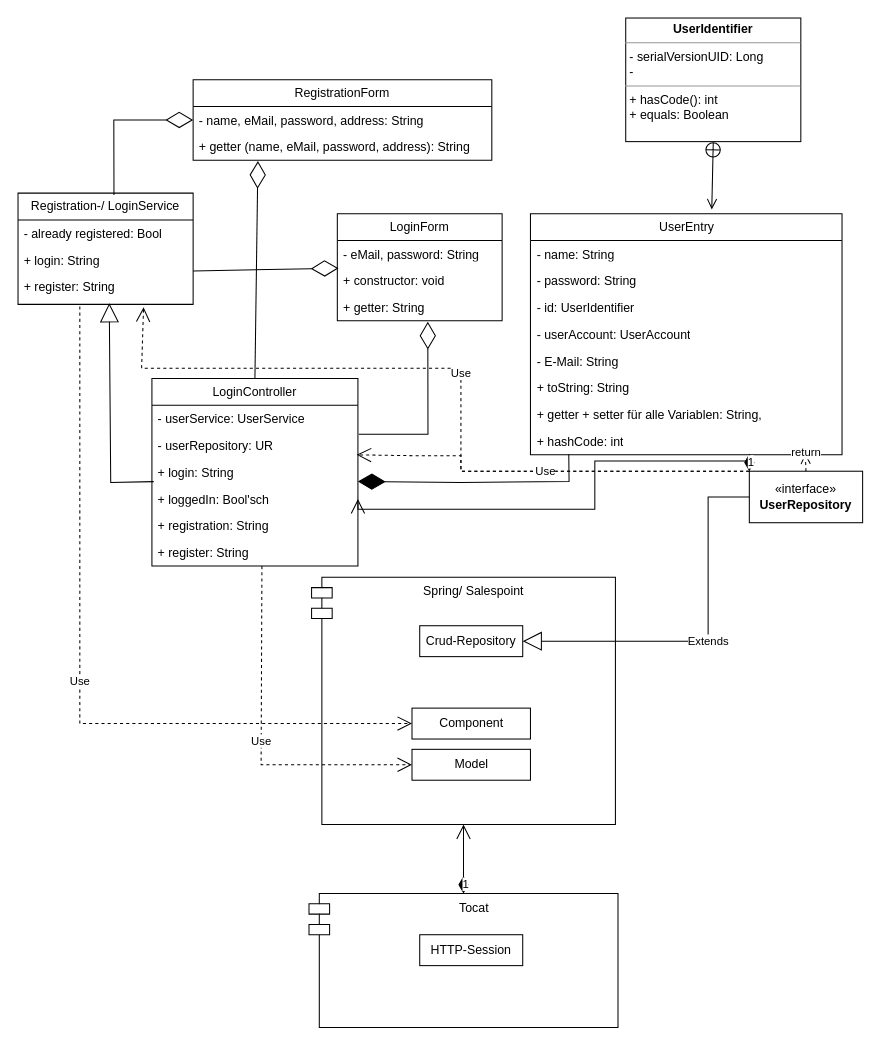
Above: src/main/asciidoc/models/design/LoginSystem/registration-flow.drawio in Leonard0108/Anwendungsprogrammierung (draw.io), before the change. Source tidied: cells renumbered, new cells numbered last; positions are measured from the earlier drawing's top-left corner, leaving out a move shared by most shapes. Both pictures are drawn from the tidied source at 103%, with x=0, y=0 at pixel (18, 18).
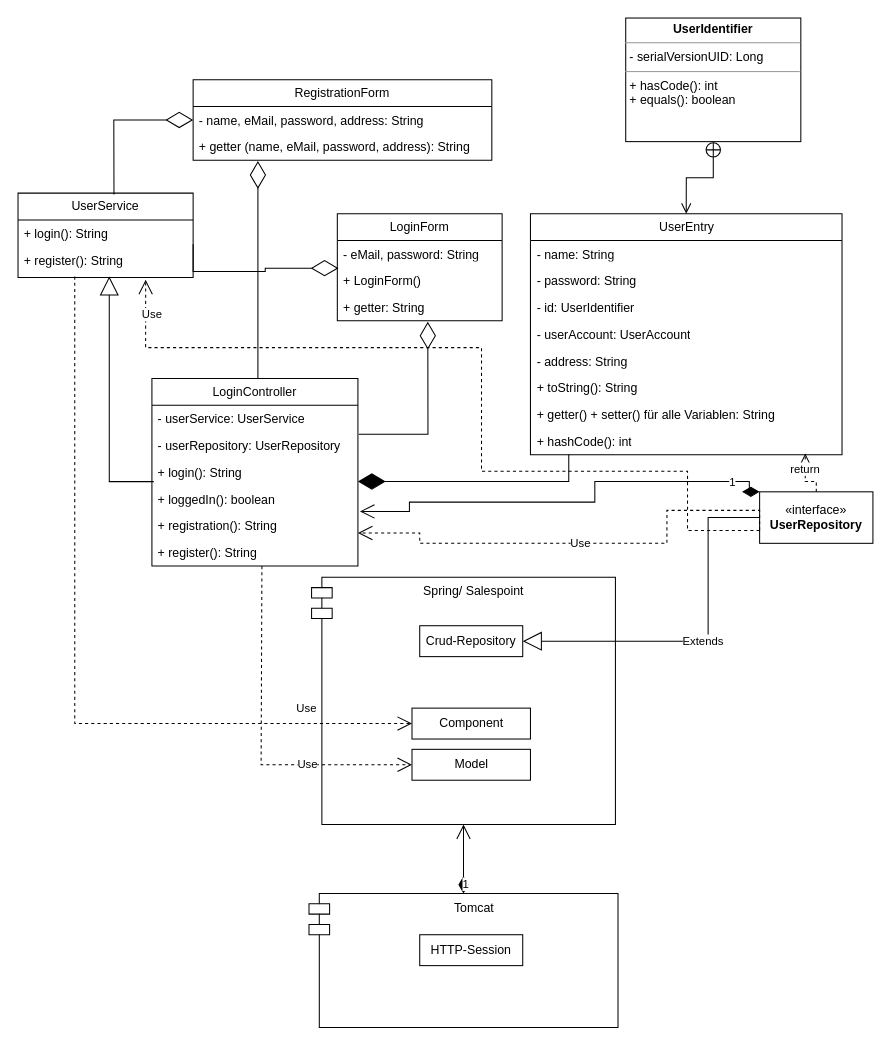
The same diagram, later.

The change refers to these unchanged cells:
```xml
<mxCell id="3" value="Crud-Repository" style="html=1;whiteSpace=wrap;" parent="1" vertex="1">
  <mxGeometry x="390" y="590" width="100" height="30" as="geometry" />
</mxCell>
<mxCell id="7" value="Component" style="html=1;whiteSpace=wrap;" parent="1" vertex="1">
  <mxGeometry x="382.5" y="670" width="115" height="30" as="geometry" />
</mxCell>
<mxCell id="8" value="Model" style="html=1;whiteSpace=wrap;" parent="1" vertex="1">
  <mxGeometry x="382.5" y="710" width="115" height="30" as="geometry" />
</mxCell>
<mxCell id="11" value="LoginController" style="swimlane;fontStyle=0;horizontal=1;startSize=26;fillColor=none;whiteSpace=wrap;html=1;" parent="1" vertex="1">
  <mxGeometry x="130" y="350" width="200" height="182" as="geometry" />
</mxCell>
<mxCell id="18" value="UserEntry" style="swimlane;fontStyle=0;horizontal=1;startSize=26;fillColor=none;whiteSpace=wrap;html=1;" parent="1" vertex="1">
  <mxGeometry x="497.5" y="190" width="302.5" height="234" as="geometry" />
</mxCell>
<mxCell id="38" value="LoginForm" style="swimlane;fontStyle=0;horizontal=1;startSize=26;fillColor=none;whiteSpace=wrap;html=1;" parent="1" vertex="1">
  <mxGeometry x="310" y="190" width="160" height="104" as="geometry" />
</mxCell>
```

The edit, as a diff of the source:
```diff
@@
-    <mxCell id="4" value="Tocat" style="shape=module;align=left;spacingLeft=20;align=center;verticalAlign=top;whiteSpace=wrap;html=1;" parent="1" vertex="1">
+    <mxCell id="4" value="Tomcat" style="shape=module;align=left;spacingLeft=20;align=center;verticalAlign=top;whiteSpace=wrap;html=1;" parent="1" vertex="1">
       <mxGeometry x="282.5" y="850" width="300" height="130" as="geometry" />
     </mxCell>
@@
     <mxCell id="9" value="«interface»&lt;br&gt;&lt;b&gt;UserRepository&lt;/b&gt;" style="html=1;whiteSpace=wrap;" parent="1" vertex="1">
-      <mxGeometry x="710" y="440" width="110" height="50" as="geometry" />
+      <mxGeometry x="720" y="460" width="110" height="50" as="geometry" />
     </mxCell>
     <mxCell id="10" value="Extends" style="endArrow=block;endSize=16;endFill=0;html=1;rounded=0;exitX=0;exitY=0.5;exitDx=0;exitDy=0;entryX=1;entryY=0.5;entryDx=0;entryDy=0;" parent="1" edge="1" source="9" target="3">
       <mxGeometry relative="1" as="geometry">
         <Array as="points">
-          <mxPoint x="670" y="465" />
+          <mxPoint x="670" y="485" />
           <mxPoint x="670" y="605" />
         </Array>
       </mxGeometry>
     </mxCell>
@@
-    <mxCell id="13" value="- userRepository: UR" style="text;strokeColor=none;fillColor=none;align=left;verticalAlign=top;spacingLeft=4;spacingRight=4;overflow=hidden;points=[[0,0.5],[1,0.5]];portConstraint=eastwest;whiteSpace=wrap;html=1;" parent="11" vertex="1">
+    <mxCell id="13" value="- userRepository: UserRepository" style="text;strokeColor=none;fillColor=none;align=left;verticalAlign=top;spacingLeft=4;spacingRight=4;overflow=hidden;points=[[0,0.5],[1,0.5]];portConstraint=eastwest;whiteSpace=wrap;html=1;" parent="11" vertex="1">
       <mxGeometry y="52" width="200" height="26" as="geometry" />
     </mxCell>
-    <mxCell id="14" value="+ login: String" style="text;strokeColor=none;fillColor=none;align=left;verticalAlign=top;spacingLeft=4;spacingRight=4;overflow=hidden;points=[[0,0.5],[1,0.5]];portConstraint=eastwest;whiteSpace=wrap;html=1;" parent="11" vertex="1">
+    <mxCell id="14" value="+ login(): String" style="text;strokeColor=none;fillColor=none;align=left;verticalAlign=top;spacingLeft=4;spacingRight=4;overflow=hidden;points=[[0,0.5],[1,0.5]];portConstraint=eastwest;whiteSpace=wrap;html=1;" parent="11" vertex="1">
       <mxGeometry y="78" width="200" height="26" as="geometry" />
     </mxCell>
-    <mxCell id="15" value="+ loggedIn: Bool'sch" style="text;strokeColor=none;fillColor=none;align=left;verticalAlign=top;spacingLeft=4;spacingRight=4;overflow=hidden;points=[[0,0.5],[1,0.5]];portConstraint=eastwest;whiteSpace=wrap;html=1;" parent="11" vertex="1">
+    <mxCell id="15" value="+ loggedIn(): boolean" style="text;strokeColor=none;fillColor=none;align=left;verticalAlign=top;spacingLeft=4;spacingRight=4;overflow=hidden;points=[[0,0.5],[1,0.5]];portConstraint=eastwest;whiteSpace=wrap;html=1;" parent="11" vertex="1">
       <mxGeometry y="104" width="200" height="26" as="geometry" />
     </mxCell>
-    <mxCell id="16" value="+ registration: String" style="text;strokeColor=none;fillColor=none;align=left;verticalAlign=top;spacingLeft=4;spacingRight=4;overflow=hidden;points=[[0,0.5],[1,0.5]];portConstraint=eastwest;whiteSpace=wrap;html=1;" parent="11" vertex="1">
+    <mxCell id="16" value="+ registration(): String" style="text;strokeColor=none;fillColor=none;align=left;verticalAlign=top;spacingLeft=4;spacingRight=4;overflow=hidden;points=[[0,0.5],[1,0.5]];portConstraint=eastwest;whiteSpace=wrap;html=1;" parent="11" vertex="1">
       <mxGeometry y="130" width="200" height="26" as="geometry" />
     </mxCell>
-    <mxCell id="17" value="+ register: String" style="text;strokeColor=none;fillColor=none;align=left;verticalAlign=top;spacingLeft=4;spacingRight=4;overflow=hidden;points=[[0,0.5],[1,0.5]];portConstraint=eastwest;whiteSpace=wrap;html=1;" parent="11" vertex="1">
+    <mxCell id="17" value="+ register(): String" style="text;strokeColor=none;fillColor=none;align=left;verticalAlign=top;spacingLeft=4;spacingRight=4;overflow=hidden;points=[[0,0.5],[1,0.5]];portConstraint=eastwest;whiteSpace=wrap;html=1;" parent="11" vertex="1">
       <mxGeometry y="156" width="200" height="26" as="geometry" />
     </mxCell>
@@
-    <mxCell id="23" value="- E-Mail: String" style="text;strokeColor=none;fillColor=none;align=left;verticalAlign=top;spacingLeft=4;spacingRight=4;overflow=hidden;whiteSpace=wrap;html=1;" parent="18" vertex="1">
+    <mxCell id="23" value="- address: String" style="text;strokeColor=none;fillColor=none;align=left;verticalAlign=top;spacingLeft=4;spacingRight=4;overflow=hidden;whiteSpace=wrap;html=1;" parent="18" vertex="1">
       <mxGeometry y="130" width="302.5" height="26" as="geometry" />
     </mxCell>
-    <mxCell id="24" value="+ toString: String" style="text;strokeColor=none;fillColor=none;align=left;verticalAlign=top;spacingLeft=4;spacingRight=4;overflow=hidden;whiteSpace=wrap;html=1;" parent="18" vertex="1">
+    <mxCell id="24" value="+ toString(): String" style="text;strokeColor=none;fillColor=none;align=left;verticalAlign=top;spacingLeft=4;spacingRight=4;overflow=hidden;whiteSpace=wrap;html=1;" parent="18" vertex="1">
       <mxGeometry y="156" width="302.5" height="26" as="geometry" />
     </mxCell>
-    <mxCell id="25" value="+ getter + setter für alle Variablen: String," style="text;strokeColor=none;fillColor=none;align=left;verticalAlign=top;spacingLeft=4;spacingRight=4;overflow=hidden;whiteSpace=wrap;html=1;" parent="18" vertex="1">
+    <mxCell id="25" value="+ getter() + setter() für alle Variablen: String" style="text;strokeColor=none;fillColor=none;align=left;verticalAlign=top;spacingLeft=4;spacingRight=4;overflow=hidden;whiteSpace=wrap;html=1;" parent="18" vertex="1">
       <mxGeometry y="182" width="302.5" height="26" as="geometry" />
     </mxCell>
-    <mxCell id="26" value="+ hashCode: int" style="text;strokeColor=none;fillColor=none;align=left;verticalAlign=top;spacingLeft=4;spacingRight=4;overflow=hidden;points=[[0,0.5],[1,0.5]];portConstraint=eastwest;whiteSpace=wrap;html=1;" parent="18" vertex="1">
+    <mxCell id="26" value="+ hashCode(): int" style="text;strokeColor=none;fillColor=none;align=left;verticalAlign=top;spacingLeft=4;spacingRight=4;overflow=hidden;points=[[0,0.5],[1,0.5]];portConstraint=eastwest;whiteSpace=wrap;html=1;" parent="18" vertex="1">
       <mxGeometry y="208" width="302.5" height="26" as="geometry" />
     </mxCell>
-    <mxCell id="27" style="endArrow=diamondThin;endFill=1;endSize=24;html=1;rounded=0;exitX=0.123;exitY=0.991;exitDx=0;exitDy=0;exitPerimeter=0;" parent="1" edge="1" source="26">
+    <mxCell id="27" style="endArrow=diamondThin;endFill=1;endSize=24;html=1;rounded=0;exitX=0.123;exitY=0.991;exitDx=0;exitDy=0;exitPerimeter=0;edgeStyle=orthogonalEdgeStyle;" parent="1" edge="1" source="26">
       <mxGeometry relative="1" as="geometry">
         <mxPoint x="330" y="450" as="targetPoint" />
         <Array as="points">
           <mxPoint x="535" y="450" />
-          <mxPoint x="430" y="451" />
         </Array>
       </mxGeometry>
     </mxCell>
-    <mxCell id="28" style="endArrow=block;endSize=16;endFill=0;html=1;rounded=0;entryX=0.521;entryY=0.962;entryDx=0;entryDy=0;exitX=0.009;exitY=0.85;exitDx=0;exitDy=0;entryPerimeter=0;exitPerimeter=0;" parent="1" edge="1" source="14" target="32">
+    <mxCell id="28" style="endArrow=block;endSize=16;endFill=0;html=1;rounded=0;entryX=0.521;entryY=0.962;entryDx=0;entryDy=0;exitX=0.009;exitY=0.85;exitDx=0;exitDy=0;entryPerimeter=0;exitPerimeter=0;edgeStyle=orthogonalEdgeStyle;" parent="1" edge="1" source="14" target="32">
       <mxGeometry relative="1" as="geometry">
         <Array as="points">
-          <mxPoint x="90" y="451" />
+          <mxPoint x="89" y="450" />
         </Array>
       </mxGeometry>
     </mxCell>
-    <mxCell id="29" value="Registration-/ LoginService" style="swimlane;fontStyle=0;horizontal=1;startSize=26;fillColor=none;whiteSpace=wrap;html=1;" parent="1" vertex="1">
-      <mxGeometry y="170" width="170" height="108" as="geometry" />
+    <mxCell id="29" value="UserService" style="swimlane;fontStyle=0;horizontal=1;startSize=26;fillColor=none;whiteSpace=wrap;html=1;" parent="1" vertex="1">
+      <mxGeometry y="170" width="170" height="82" as="geometry" />
     </mxCell>
-    <mxCell id="30" value="- already registered: Bool" style="text;strokeColor=none;fillColor=none;align=left;verticalAlign=top;spacingLeft=4;spacingRight=4;overflow=hidden;whiteSpace=wrap;html=1;" parent="29" vertex="1">
-      <mxGeometry y="26" width="170" height="26" as="geometry" />
-    </mxCell>
-    <mxCell id="31" value="+ login: String" style="text;strokeColor=none;fillColor=none;align=left;verticalAlign=top;spacingLeft=4;spacingRight=4;overflow=hidden;whiteSpace=wrap;html=1;" parent="29" vertex="1">
-      <mxGeometry y="52" width="170" height="26" as="geometry" />
+    <mxCell id="31" value="+ login(): String" style="text;strokeColor=none;fillColor=none;align=left;verticalAlign=top;spacingLeft=4;spacingRight=4;overflow=hidden;whiteSpace=wrap;html=1;" parent="29" vertex="1">
+      <mxGeometry y="26" width="170" height="26" as="geometry" />
     </mxCell>
-    <mxCell id="32" value="+ register: String" style="text;strokeColor=none;fillColor=none;align=left;verticalAlign=top;spacingLeft=4;spacingRight=4;overflow=hidden;points=[[0,0.5],[1,0.5]];portConstraint=eastwest;whiteSpace=wrap;html=1;" parent="29" vertex="1">
-      <mxGeometry y="78" width="170" height="30" as="geometry" />
+    <mxCell id="32" value="+ register(): String" style="text;strokeColor=none;fillColor=none;align=left;verticalAlign=top;spacingLeft=4;spacingRight=4;overflow=hidden;points=[[0,0.5],[1,0.5]];portConstraint=eastwest;whiteSpace=wrap;html=1;" parent="29" vertex="1">
+      <mxGeometry y="52" width="170" height="30" as="geometry" />
     </mxCell>
     <mxCell id="33" value="Use" style="endArrow=open;endSize=12;dashed=1;html=1;rounded=0;exitX=0.534;exitY=1.004;exitDx=0;exitDy=0;exitPerimeter=0;entryX=0;entryY=0.5;entryDx=0;entryDy=0;" parent="1" edge="1" source="17" target="8">
-      <mxGeometry relative="1" as="geometry">
+      <mxGeometry x="0.4" relative="1" as="geometry">
         <Array as="points">
           <mxPoint x="236" y="725" />
         </Array>
       </mxGeometry>
     </mxCell>
-    <mxCell id="34" value="Use" style="endArrow=open;endSize=12;dashed=1;html=1;rounded=0;entryX=0;entryY=0.5;entryDx=0;entryDy=0;" parent="1" edge="1" target="7">
-      <mxGeometry relative="1" as="geometry">
-        <mxPoint x="60" y="280" as="sourcePoint" />
-        <Array as="points">
-          <mxPoint x="60" y="685" />
-        </Array>
-      </mxGeometry>
+    <mxCell id="34" value="Use" style="endArrow=open;endSize=12;dashed=1;html=1;rounded=0;entryX=0;entryY=0.5;entryDx=0;entryDy=0;exitX=0.324;exitY=0.967;exitDx=0;exitDy=0;exitPerimeter=0;edgeStyle=orthogonalEdgeStyle;" parent="1" edge="1" source="32" target="7">
+      <mxGeometry x="0.73" y="15" relative="1" as="geometry" />
     </mxCell>
@@
-    <mxCell id="40" value="+ constructor: void" style="text;strokeColor=none;fillColor=none;align=left;verticalAlign=top;spacingLeft=4;spacingRight=4;overflow=hidden;points=[[0,0.5],[1,0.5]];portConstraint=eastwest;whiteSpace=wrap;html=1;" parent="38" vertex="1">
+    <mxCell id="40" value="+ LoginForm()" style="text;strokeColor=none;fillColor=none;align=left;verticalAlign=top;spacingLeft=4;spacingRight=4;overflow=hidden;points=[[0,0.5],[1,0.5]];portConstraint=eastwest;whiteSpace=wrap;html=1;" parent="38" vertex="1">
       <mxGeometry y="52" width="160" height="26" as="geometry" />
     </mxCell>
@@
-    <mxCell id="42" style="endArrow=diamondThin;endFill=0;endSize=24;html=1;rounded=0;exitX=0.5;exitY=0;exitDx=0;exitDy=0;entryX=0.217;entryY=1.034;entryDx=0;entryDy=0;entryPerimeter=0;" parent="1" edge="1" source="11">
+    <mxCell id="42" style="endArrow=diamondThin;endFill=0;endSize=24;html=1;rounded=0;exitX=0.5;exitY=0;exitDx=0;exitDy=0;entryX=0.217;entryY=1.034;entryDx=0;entryDy=0;entryPerimeter=0;edgeStyle=orthogonalEdgeStyle;" parent="1" edge="1" source="11">
       <mxGeometry relative="1" as="geometry">
         <mxPoint x="232.9" y="138.9" as="targetPoint" />
+        <Array as="points">
+          <mxPoint x="233" y="350" />
+        </Array>
       </mxGeometry>
     </mxCell>
@@
-    <mxCell id="45" style="endArrow=diamondThin;endFill=0;endSize=24;html=1;rounded=0;entryX=0.007;entryY=0.034;entryDx=0;entryDy=0;exitX=1;exitY=-0.081;exitDx=0;exitDy=0;exitPerimeter=0;entryPerimeter=0;" parent="1" edge="1" source="32" target="40">
-      <mxGeometry relative="1" as="geometry" />
+    <mxCell id="45" style="endArrow=diamondThin;endFill=0;endSize=24;html=1;rounded=0;entryX=0.007;entryY=0.034;entryDx=0;entryDy=0;exitX=1;exitY=-0.081;exitDx=0;exitDy=0;exitPerimeter=0;entryPerimeter=0;edgeStyle=orthogonalEdgeStyle;" parent="1" edge="1" source="32" target="40">
+      <mxGeometry relative="1" as="geometry">
+        <Array as="points">
+          <mxPoint x="240" y="246" />
+          <mxPoint x="240" y="243" />
+        </Array>
+      </mxGeometry>
     </mxCell>
-    <mxCell id="46" value="return" style="html=1;verticalAlign=bottom;endArrow=open;dashed=1;endSize=8;curved=0;rounded=0;entryX=0.882;entryY=0.953;entryDx=0;entryDy=0;entryPerimeter=0;exitX=0.5;exitY=0;exitDx=0;exitDy=0;" parent="1" edge="1" source="9" target="26">
-      <mxGeometry relative="1" as="geometry" />
+    <mxCell id="46" value="return" style="html=1;verticalAlign=bottom;endArrow=open;dashed=1;endSize=8;rounded=0;entryX=0.882;entryY=0.953;entryDx=0;entryDy=0;entryPerimeter=0;exitX=0.5;exitY=0;exitDx=0;exitDy=0;edgeStyle=orthogonalEdgeStyle;" parent="1" edge="1" source="9" target="26">
+      <mxGeometry relative="1" as="geometry">
+        <Array as="points">
+          <mxPoint x="775" y="450" />
+          <mxPoint x="764" y="450" />
+        </Array>
+      </mxGeometry>
     </mxCell>
-    <mxCell id="47" value="1" style="endArrow=open;html=1;endSize=12;startArrow=diamondThin;startSize=14;startFill=1;edgeStyle=orthogonalEdgeStyle;align=left;verticalAlign=bottom;rounded=0;exitX=0;exitY=0;exitDx=0;exitDy=0;entryX=1;entryY=0.5;entryDx=0;entryDy=0;" parent="1" edge="1" source="9" target="15">
-      <mxGeometry x="-1" y="3" relative="1" as="geometry">
+    <mxCell id="47" value="1" style="endArrow=open;html=1;endSize=12;startArrow=diamondThin;startSize=14;startFill=1;edgeStyle=orthogonalEdgeStyle;align=left;verticalAlign=bottom;rounded=0;exitX=0;exitY=0;exitDx=0;exitDy=0;entryX=1.01;entryY=-0.038;entryDx=0;entryDy=0;entryPerimeter=0;" parent="1" edge="1" source="9" target="16">
+      <mxGeometry x="-0.81" y="10" relative="1" as="geometry">
         <Array as="points">
-          <mxPoint x="710" y="430" />
-          <mxPoint x="560" y="430" />
-          <mxPoint x="560" y="477" />
+          <mxPoint x="710" y="450" />
+          <mxPoint x="560" y="450" />
+          <mxPoint x="560" y="470" />
+          <mxPoint x="380" y="470" />
+          <mxPoint x="380" y="479" />
         </Array>
       </mxGeometry>
     </mxCell>
-    <mxCell id="48" value="Use" style="endArrow=open;endSize=12;dashed=1;html=1;rounded=0;entryX=0.717;entryY=1.093;entryDx=0;entryDy=0;entryPerimeter=0;" parent="1" edge="1" target="32">
-      <mxGeometry relative="1" as="geometry">
-        <mxPoint x="710" y="440" as="sourcePoint" />
+    <mxCell id="48" value="Use" style="endArrow=open;endSize=12;dashed=1;html=1;rounded=0;entryX=0.729;entryY=1.067;entryDx=0;entryDy=0;entryPerimeter=0;edgeStyle=orthogonalEdgeStyle;exitX=0;exitY=0.75;exitDx=0;exitDy=0;" parent="1" edge="1" source="9" target="32">
+      <mxGeometry x="0.92" y="-6" relative="1" as="geometry">
         <Array as="points">
-          <mxPoint x="430" y="440" />
-          <mxPoint x="430" y="340" />
-          <mxPoint x="120" y="340" />
+          <mxPoint x="650" y="498" />
+          <mxPoint x="650" y="440" />
+          <mxPoint x="450" y="440" />
+          <mxPoint x="450" y="320" />
+          <mxPoint x="124" y="320" />
         </Array>
       </mxGeometry>
     </mxCell>
-    <mxCell id="49" value="Use" style="endArrow=open;endSize=12;dashed=1;html=1;rounded=0;entryX=0.994;entryY=0.85;entryDx=0;entryDy=0;entryPerimeter=0;" parent="1" edge="1" target="13">
+    <mxCell id="49" value="Use" style="endArrow=open;endSize=12;dashed=1;html=1;rounded=0;entryX=1;entryY=0.769;entryDx=0;entryDy=0;entryPerimeter=0;edgeStyle=orthogonalEdgeStyle;exitX=0;exitY=0.75;exitDx=0;exitDy=0;" parent="1" edge="1" source="9" target="16">
       <mxGeometry relative="1" as="geometry">
-        <mxPoint x="710" y="440" as="sourcePoint" />
         <Array as="points">
-          <mxPoint x="430" y="440" />
-          <mxPoint x="430" y="425" />
-          <mxPoint x="390" y="425" />
+          <mxPoint x="630" y="478" />
+          <mxPoint x="630" y="510" />
+          <mxPoint x="390" y="510" />
+          <mxPoint x="390" y="500" />
         </Array>
       </mxGeometry>
     </mxCell>
-    <mxCell id="50" style="endArrow=open;startArrow=circlePlus;endFill=0;startFill=0;endSize=8;html=1;rounded=0;entryX=0.582;entryY=-0.018;entryDx=0;entryDy=0;entryPerimeter=0;exitX=0.5;exitY=1;exitDx=0;exitDy=0;" parent="1" edge="1" source="51" target="18">
+    <mxCell id="50" style="endArrow=open;startArrow=circlePlus;endFill=0;startFill=0;endSize=8;html=1;rounded=0;entryX=0.5;entryY=0;entryDx=0;entryDy=0;exitX=0.5;exitY=1;exitDx=0;exitDy=0;edgeStyle=orthogonalEdgeStyle;" parent="1" edge="1" source="51" target="18">
       <mxGeometry relative="1" as="geometry" />
     </mxCell>
-    <mxCell id="51" value="&lt;p style=&quot;margin:0px;margin-top:4px;text-align:center;&quot;&gt;&lt;b&gt;UserIdentifier&lt;/b&gt;&lt;/p&gt;&lt;hr size=&quot;1&quot;&gt;&lt;p style=&quot;margin:0px;margin-left:4px;&quot;&gt;- serialVersionUID&lt;span style=&quot;background-color: initial;&quot;&gt;: Long&lt;/span&gt;&lt;/p&gt;&lt;p style=&quot;margin:0px;margin-left:4px;&quot;&gt;&lt;span style=&quot;background-color: initial;&quot;&gt;-&lt;/span&gt;&lt;/p&gt;&lt;hr size=&quot;1&quot;&gt;&lt;p style=&quot;margin:0px;margin-left:4px;&quot;&gt;+ hasCode(): int&lt;/p&gt;&lt;p style=&quot;margin:0px;margin-left:4px;&quot;&gt;+ equals: Boolean&lt;/p&gt;" style="verticalAlign=top;align=left;overflow=fill;fontSize=12;fontFamily=Helvetica;html=1;whiteSpace=wrap;" parent="1" vertex="1">
+    <mxCell id="51" value="&lt;p style=&quot;margin:0px;margin-top:4px;text-align:center;&quot;&gt;&lt;b&gt;UserIdentifier&lt;/b&gt;&lt;/p&gt;&lt;hr size=&quot;1&quot;&gt;&lt;p style=&quot;margin:0px;margin-left:4px;&quot;&gt;- serialVersionUID&lt;span style=&quot;background-color: initial;&quot;&gt;: Long&lt;/span&gt;&lt;/p&gt;&lt;hr size=&quot;1&quot;&gt;&lt;p style=&quot;margin:0px;margin-left:4px;&quot;&gt;+ hasCode(): int&lt;/p&gt;&lt;p style=&quot;margin:0px;margin-left:4px;&quot;&gt;+ equals(): boolean&lt;/p&gt;" style="verticalAlign=top;align=left;overflow=fill;fontSize=12;fontFamily=Helvetica;html=1;whiteSpace=wrap;" parent="1" vertex="1">
       <mxGeometry x="590" width="170" height="120" as="geometry" />
     </mxCell>
```
